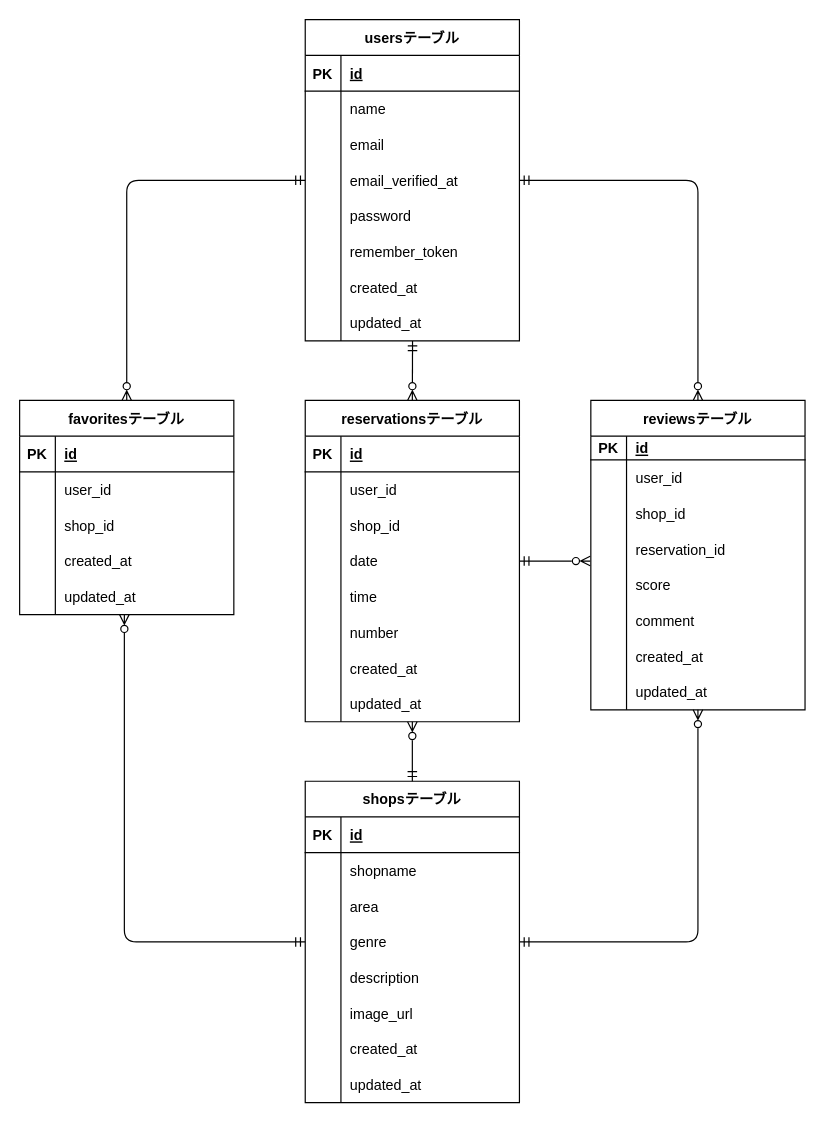
This is er.drawio from skanatsu/20240114_kanatsu_Rese, a draw.io file, before an edit. Source tidied: cells renumbered, new cells numbered last; positions are measured from the earlier drawing's top-left corner, leaving out a move shared by most shapes. Both pictures are drawn from the tidied source at 119%, with x=0, y=0 at pixel (19, 19).
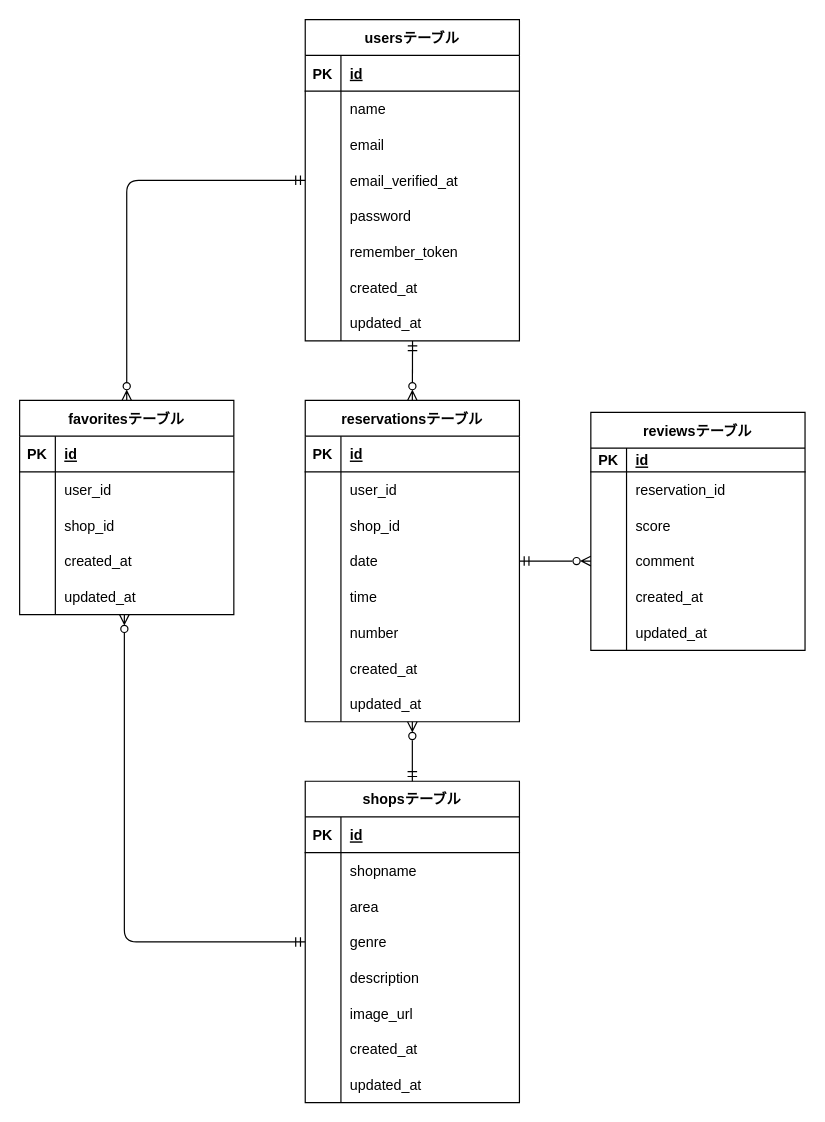
The same diagram, later.

The change refers to these unchanged cells:
```xml
<mxCell id="12" style="shape=tableRow;horizontal=0;startSize=0;swimlaneHead=0;swimlaneBody=0;fillColor=none;points=[[0,0.5],[1,0.5]];portConstraint=eastwest;top=0;left=0;right=0;bottom=0;" parent="2" vertex="1">
  <mxGeometry y="120" width="180" height="30" as="geometry" />
</mxCell>
<mxCell id="37" style="shape=tableRow;horizontal=0;startSize=0;swimlaneHead=0;swimlaneBody=0;fillColor=none;points=[[0,0.5],[1,0.5]];portConstraint=eastwest;top=0;left=0;right=0;bottom=0;" parent="27" vertex="1">
  <mxGeometry y="120" width="180" height="30" as="geometry" />
</mxCell>
<mxCell id="79" style="shape=tableRow;horizontal=0;startSize=0;swimlaneHead=0;swimlaneBody=0;fillColor=none;points=[[0,0.5],[1,0.5]];portConstraint=eastwest;top=0;left=0;right=0;bottom=0;" parent="69" vertex="1">
  <mxGeometry y="120" width="180" height="30" as="geometry" />
</mxCell>
```

Diff of the diagram source:
```diff
@@
-    <mxCell id="52" style="edgeStyle=orthogonalEdgeStyle;fontSize=12;html=1;endArrow=ERzeroToMany;startArrow=ERmandOne;endFill=0;exitX=1;exitY=0.5;exitDx=0;exitDy=0;entryX=0.5;entryY=0;entryDx=0;entryDy=0;" parent="1" edge="1" source="12" target="94">
-      <mxGeometry relative="1" as="geometry" />
-    </mxCell>
@@
     <mxCell id="94" value="reviewsテーブル" style="shape=table;startSize=30;childLayout=tableLayout;rowLines=0;fontStyle=1;align=center;" parent="1" vertex="1">
-      <mxGeometry x="480" y="320" width="180" height="260" as="geometry" />
+      <mxGeometry x="480" y="330" width="180" height="200" as="geometry" />
     </mxCell>
@@
-    <mxCell id="98" style="shape=tableRow;horizontal=0;startSize=0;swimlaneHead=0;swimlaneBody=0;fillColor=none;top=0;left=0;right=0;bottom=0;" parent="94" vertex="1">
-      <mxGeometry y="50" width="180" height="30" as="geometry" />
-    </mxCell>
-    <mxCell id="99" style="shape=partialRectangle;fillColor=none;top=0;left=0;bottom=0;right=0;overflow=hidden;" parent="98" vertex="1">
-      <mxGeometry width="30" height="30" as="geometry" />
-    </mxCell>
-    <mxCell id="100" value="user_id" style="shape=partialRectangle;fillColor=none;top=0;left=0;bottom=0;right=0;align=left;spacingLeft=6;overflow=hidden;" parent="98" vertex="1">
-      <mxGeometry x="30" width="150" height="30" as="geometry" />
-    </mxCell>
-    <mxCell id="101" style="shape=tableRow;horizontal=0;startSize=0;swimlaneHead=0;swimlaneBody=0;fillColor=none;top=0;left=0;right=0;bottom=0;" parent="94" vertex="1">
-      <mxGeometry y="80" width="180" height="30" as="geometry" />
-    </mxCell>
-    <mxCell id="102" style="shape=partialRectangle;fillColor=none;top=0;left=0;bottom=0;right=0;overflow=hidden;" parent="101" vertex="1">
-      <mxGeometry width="30" height="30" as="geometry" />
-    </mxCell>
-    <mxCell id="103" value="shop_id" style="shape=partialRectangle;fillColor=none;top=0;left=0;bottom=0;right=0;align=left;spacingLeft=6;overflow=hidden;" parent="101" vertex="1">
-      <mxGeometry x="30" width="150" height="30" as="geometry" />
-    </mxCell>
     <mxCell id="104" style="shape=tableRow;horizontal=0;startSize=0;swimlaneHead=0;swimlaneBody=0;fillColor=none;top=0;left=0;right=0;bottom=0;" parent="94" vertex="1">
-      <mxGeometry y="110" width="180" height="30" as="geometry" />
+      <mxGeometry y="50" width="180" height="30" as="geometry" />
     </mxCell>
@@
     <mxCell id="107" style="shape=tableRow;horizontal=0;startSize=0;swimlaneHead=0;swimlaneBody=0;fillColor=none;points=[[0,0.5],[1,0.5]];portConstraint=eastwest;top=0;left=0;right=0;bottom=0;" parent="94" vertex="1">
-      <mxGeometry y="140" width="180" height="30" as="geometry" />
+      <mxGeometry y="80" width="180" height="30" as="geometry" />
     </mxCell>
@@
     <mxCell id="110" style="shape=tableRow;horizontal=0;startSize=0;swimlaneHead=0;swimlaneBody=0;fillColor=none;points=[[0,0.5],[1,0.5]];portConstraint=eastwest;top=0;left=0;right=0;bottom=0;" parent="94" vertex="1">
-      <mxGeometry y="170" width="180" height="30" as="geometry" />
+      <mxGeometry y="110" width="180" height="30" as="geometry" />
     </mxCell>
@@
     <mxCell id="113" style="shape=tableRow;horizontal=0;startSize=0;swimlaneHead=0;swimlaneBody=0;fillColor=none;top=0;left=0;right=0;bottom=0;" parent="94" vertex="1">
-      <mxGeometry y="200" width="180" height="30" as="geometry" />
+      <mxGeometry y="140" width="180" height="30" as="geometry" />
     </mxCell>
@@
     <mxCell id="116" style="shape=tableRow;horizontal=0;startSize=0;swimlaneHead=0;swimlaneBody=0;fillColor=none;top=0;left=0;right=0;bottom=0;" parent="94" vertex="1">
-      <mxGeometry y="230" width="180" height="30" as="geometry" />
+      <mxGeometry y="170" width="180" height="30" as="geometry" />
     </mxCell>
@@
-    <mxCell id="123" style="edgeStyle=orthogonalEdgeStyle;fontSize=12;html=1;endArrow=ERzeroToMany;startArrow=ERmandOne;endFill=0;exitX=1;exitY=0.5;exitDx=0;exitDy=0;" parent="1" edge="1" source="37">
-      <mxGeometry relative="1" as="geometry">
-        <mxPoint x="570" y="580" as="targetPoint" />
-        <Array as="points">
-          <mxPoint x="570" y="775" />
-        </Array>
-      </mxGeometry>
-    </mxCell>
-    <mxCell id="124" style="fontSize=12;html=1;endArrow=ERzeroToMany;startArrow=ERmandOne;endFill=0;exitX=1;exitY=0.5;exitDx=0;exitDy=0;entryX=-0.003;entryY=-0.167;entryDx=0;entryDy=0;entryPerimeter=0;" parent="1" edge="1" source="79" target="107">
-      <mxGeometry relative="1" as="geometry" />
-    </mxCell>
+    <mxCell id="125" style="fontSize=12;html=1;endArrow=ERzeroToMany;startArrow=ERmandOne;endFill=0;exitX=1;exitY=0.5;exitDx=0;exitDy=0;entryX=0;entryY=0.5;entryDx=0;entryDy=0;" parent="1" edge="1" source="79" target="110">
+      <mxGeometry relative="1" as="geometry" />
+    </mxCell>
```
